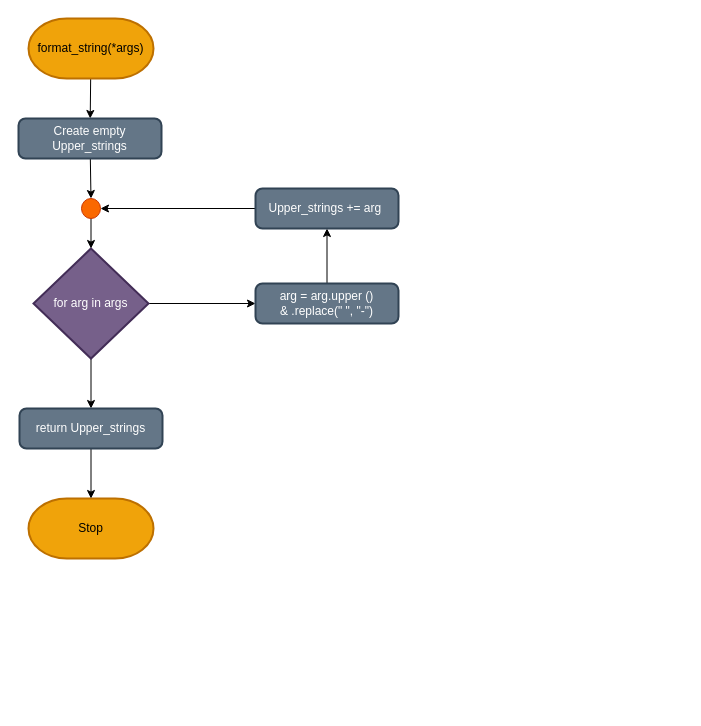
Before: Lecture05/HW-01/HW-01.drawio in Besthings/ComProPython-Sec02, a draw.io diagram. Source tidied: cells renumbered, new cells numbered last; positions are measured from the earlier drawing's top-left corner, leaving out a move shared by most shapes. Both pictures are drawn from the tidied source at 100%, with x=0, y=0 at pixel (18, 18).
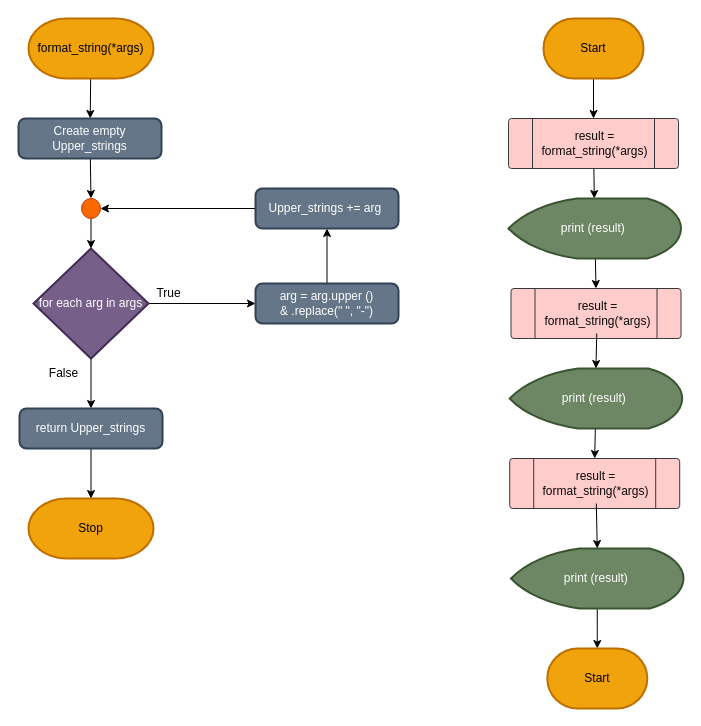
Above is the later version.

What changed in the source:
```diff
@@
-    <mxCell id="8" value="for arg in args" style="strokeWidth=2;html=1;shape=mxgraph.flowchart.decision;whiteSpace=wrap;fillColor=#76608a;fontColor=#ffffff;strokeColor=#432D57;" parent="1" vertex="1">
+    <mxCell id="8" value="for each arg in args" style="strokeWidth=2;html=1;shape=mxgraph.flowchart.decision;whiteSpace=wrap;fillColor=#76608a;fontColor=#ffffff;strokeColor=#432D57;" parent="1" vertex="1">
       <mxGeometry x="15" y="230" width="115" height="110" as="geometry" />
     </mxCell>
@@
+    <mxCell id="18" style="edgeStyle=none;html=1;entryX=0.5;entryY=0;entryDx=0;entryDy=0;" parent="1" edge="1" source="19" target="26">
+      <mxGeometry relative="1" as="geometry" />
+    </mxCell>
+    <mxCell id="19" value="Start" style="strokeWidth=2;html=1;shape=mxgraph.flowchart.terminator;whiteSpace=wrap;fillColor=#f0a30a;fontColor=#000000;strokeColor=#BD7000;" parent="1" vertex="1">
+      <mxGeometry x="525" width="100" height="60" as="geometry" />
+    </mxCell>
+    <mxCell id="20" style="edgeStyle=none;html=1;" parent="1" edge="1" source="26" target="22">
+      <mxGeometry relative="1" as="geometry" />
+    </mxCell>
+    <mxCell id="21" style="edgeStyle=none;html=1;entryX=0.5;entryY=0;entryDx=0;entryDy=0;" parent="1" edge="1" source="22" target="29">
+      <mxGeometry relative="1" as="geometry" />
+    </mxCell>
+    <mxCell id="22" value="print (result)&amp;nbsp;" style="strokeWidth=2;html=1;shape=mxgraph.flowchart.display;whiteSpace=wrap;fillColor=#6d8764;strokeColor=#3A5431;fontColor=#ffffff;" parent="1" vertex="1">
+      <mxGeometry x="490" y="180" width="172.5" height="60" as="geometry" />
+    </mxCell>
+    <mxCell id="23" value="True" style="text;html=1;align=center;verticalAlign=middle;strokeColor=none;fillColor=none;" parent="1" vertex="1">
+      <mxGeometry x="125" y="260" width="50" height="30" as="geometry" />
+    </mxCell>
+    <mxCell id="24" value="False" style="text;html=1;align=center;verticalAlign=middle;strokeColor=none;fillColor=none;" parent="1" vertex="1">
+      <mxGeometry x="20" y="340" width="50" height="30" as="geometry" />
+    </mxCell>
+    <mxCell id="25" style="group;" parent="1" vertex="1">
+      <mxGeometry x="490" y="100" width="170" height="50" as="geometry" />
+    </mxCell>
+    <mxCell id="26" style="verticalLabelPosition=bottom;verticalAlign=top;html=1;shape=process;whiteSpace=wrap;rounded=1;size=0.14;arcSize=6;fillColor=#ffcccc;strokeColor=#36393d;" parent="25" vertex="1">
+      <mxGeometry width="170" height="50" as="geometry" />
+    </mxCell>
+    <mxCell id="27" value="&lt;font color=&quot;#0a0a0a&quot;&gt;result =&lt;br&gt;format_string(*args)&lt;/font&gt;" style="text;html=1;align=center;verticalAlign=middle;strokeColor=none;fillColor=none;" parent="25" vertex="1">
+      <mxGeometry x="21.2" y="5" width="130" height="40" as="geometry" />
+    </mxCell>
+    <mxCell id="28" style="group;" parent="1" vertex="1">
+      <mxGeometry x="492.5" y="270" width="170" height="50" as="geometry" />
+    </mxCell>
+    <mxCell id="29" style="verticalLabelPosition=bottom;verticalAlign=top;html=1;shape=process;whiteSpace=wrap;rounded=1;size=0.14;arcSize=6;fillColor=#ffcccc;strokeColor=#36393d;" parent="28" vertex="1">
+      <mxGeometry width="170" height="50" as="geometry" />
+    </mxCell>
+    <mxCell id="30" value="&lt;font color=&quot;#0a0a0a&quot;&gt;result =&lt;br&gt;format_string(*args)&lt;/font&gt;" style="text;html=1;align=center;verticalAlign=middle;points=[];strokeColor=none;fillColor=none;" parent="28" vertex="1">
+      <mxGeometry x="21.2" y="5" width="130" height="40" as="geometry" />
+    </mxCell>
+    <mxCell id="31" style="edgeStyle=none;html=1;entryX=0.5;entryY=0;entryDx=0;entryDy=0;" parent="1" edge="1" source="32" target="34">
+      <mxGeometry relative="1" as="geometry" />
+    </mxCell>
+    <mxCell id="32" value="print (result)&amp;nbsp;" style="strokeWidth=2;html=1;shape=mxgraph.flowchart.display;whiteSpace=wrap;fillColor=#6d8764;strokeColor=#3A5431;fontColor=#ffffff;" parent="1" vertex="1">
+      <mxGeometry x="491.2" y="350" width="172.5" height="60" as="geometry" />
+    </mxCell>
+    <mxCell id="33" style="group;" parent="1" vertex="1">
+      <mxGeometry x="491.2" y="440" width="170" height="50" as="geometry" />
+    </mxCell>
+    <mxCell id="34" style="verticalLabelPosition=bottom;verticalAlign=top;html=1;shape=process;whiteSpace=wrap;rounded=1;size=0.14;arcSize=6;fillColor=#ffcccc;strokeColor=#36393d;" parent="33" vertex="1">
+      <mxGeometry width="170" height="50" as="geometry" />
+    </mxCell>
+    <mxCell id="35" value="&lt;font color=&quot;#0a0a0a&quot;&gt;result =&lt;br&gt;format_string(*args)&lt;/font&gt;" style="text;html=1;align=center;verticalAlign=middle;points=[];strokeColor=none;fillColor=none;" parent="33" vertex="1">
+      <mxGeometry x="21.2" y="5" width="130" height="40" as="geometry" />
+    </mxCell>
+    <mxCell id="36" style="edgeStyle=none;html=1;" parent="1" edge="1" source="37" target="38">
+      <mxGeometry relative="1" as="geometry" />
+    </mxCell>
+    <mxCell id="37" value="print (result)&amp;nbsp;" style="strokeWidth=2;html=1;shape=mxgraph.flowchart.display;whiteSpace=wrap;fillColor=#6d8764;strokeColor=#3A5431;fontColor=#ffffff;" parent="1" vertex="1">
+      <mxGeometry x="492.5" y="530" width="172.5" height="60" as="geometry" />
+    </mxCell>
+    <mxCell id="38" value="Start" style="strokeWidth=2;html=1;shape=mxgraph.flowchart.terminator;whiteSpace=wrap;fillColor=#f0a30a;fontColor=#000000;strokeColor=#BD7000;" parent="1" vertex="1">
+      <mxGeometry x="528.8" y="630" width="100" height="60" as="geometry" />
+    </mxCell>
+    <mxCell id="39" style="edgeStyle=none;html=1;entryX=0.5;entryY=0;entryDx=0;entryDy=0;entryPerimeter=0;" parent="1" edge="1" source="30" target="32">
+      <mxGeometry relative="1" as="geometry" />
+    </mxCell>
+    <mxCell id="40" style="edgeStyle=none;html=1;entryX=0.5;entryY=0;entryDx=0;entryDy=0;entryPerimeter=0;" parent="1" edge="1" source="35" target="37">
+      <mxGeometry relative="1" as="geometry" />
+    </mxCell>
```
